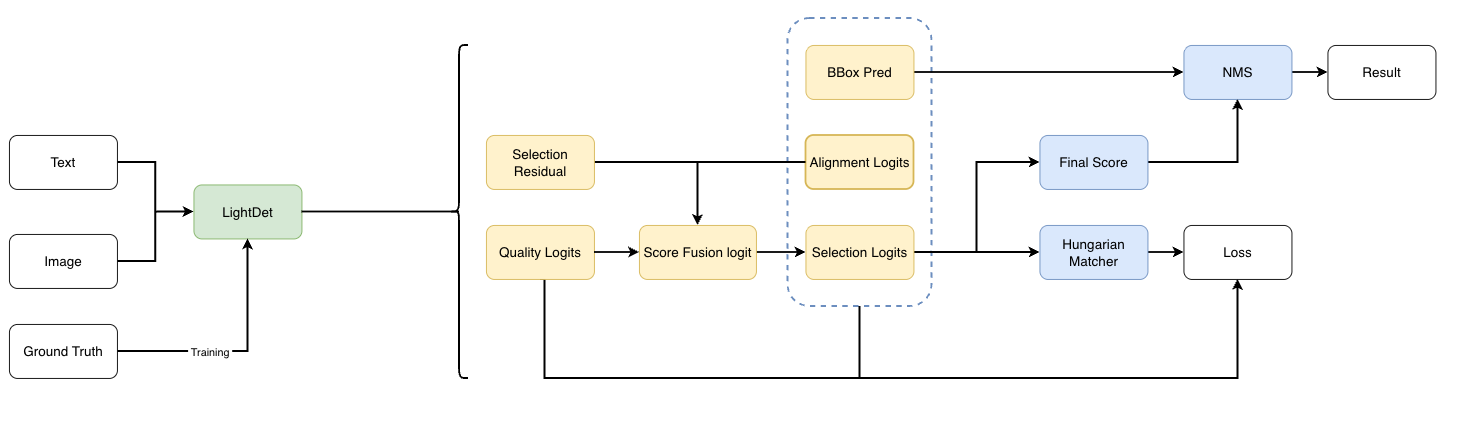
Above: dataFlow.png in ImChouOWO/LightDet (draw.io), before the change. Source tidied: cells renumbered, new cells last; positions are measured from the earlier drawing's top-left corner, leaving out a move shared by most shapes.
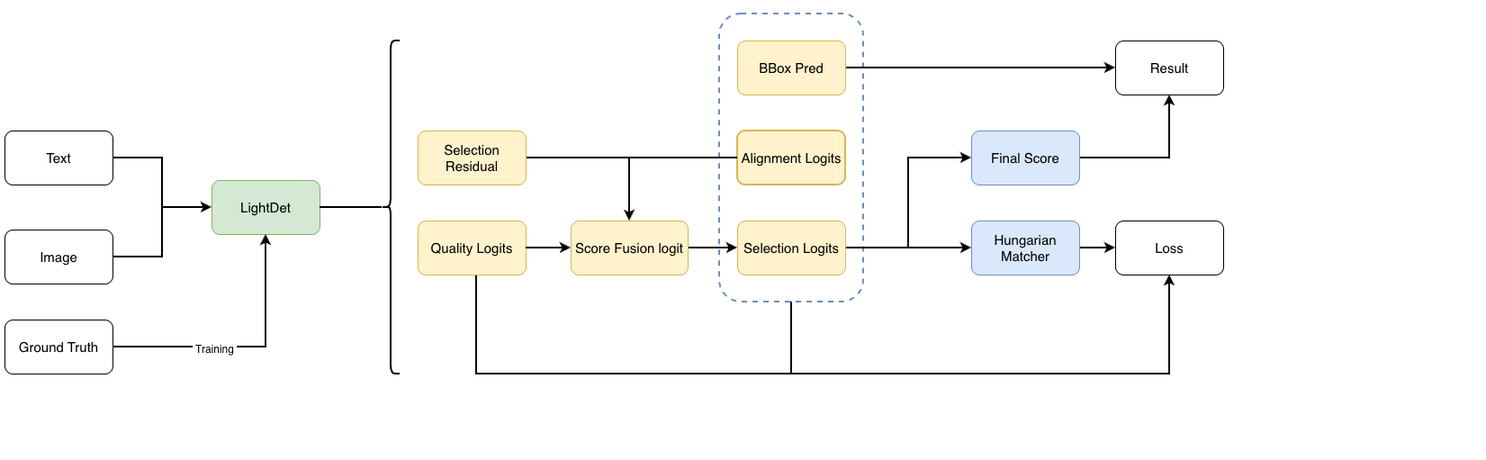
The same diagram one commit later.

The edit, as a diff of the source:
```diff
@@ -3,132 +3,130 @@
     <mxCell id="0" />
     <mxCell id="1" parent="0" />
     <mxCell id="2" style="group;" parent="1" vertex="1">
-      <mxGeometry x="490" width="1125" height="470" as="geometry" />
+      <mxGeometry x="399" y="2250" width="1125" height="470" as="geometry" />
     </mxCell>
-    <mxCell id="3" style="rounded=1;whiteSpace=wrap;html=1;fontSize=15;fillColor=none;strokeColor=none;arcSize=8;dashed=1;dashPattern=12 12;strokeWidth=7;" parent="2" vertex="1">
-      <mxGeometry x="15" width="1110" height="470" as="geometry" />
+    <mxCell id="3" style="group;" parent="2" vertex="1">
+      <mxGeometry y="10" width="995" height="450" as="geometry" />
     </mxCell>
-    <mxCell id="4" style="rounded=1;whiteSpace=wrap;html=1;fontSize=15;fillColor=none;strokeColor=#6c8ebf;dashed=1;strokeWidth=2;" parent="2" vertex="1">
-      <mxGeometry x="375" y="10" width="160" height="320" as="geometry" />
+    <mxCell id="4" style="rounded=1;whiteSpace=wrap;html=1;fontSize=15;fillColor=none;strokeColor=#6c8ebf;dashed=1;strokeWidth=2;" parent="3" vertex="1">
+      <mxGeometry x="375" width="160" height="320" as="geometry" />
     </mxCell>
-    <mxCell id="5" style="edgeStyle=orthogonalEdgeStyle;rounded=0;jettySize=auto;html=1;entryX=0;entryY=0.5;entryDx=0;entryDy=0;strokeWidth=2;" parent="2" edge="1" source="6" target="7">
-      <mxGeometry relative="1" as="geometry" />
+    <mxCell id="5" value="Result" style="rounded=1;whiteSpace=wrap;html=1;fontSize=15;" parent="3" vertex="1">
+      <mxGeometry x="815" y="30" width="120" height="60" as="geometry" />
     </mxCell>
-    <mxCell id="6" value="NMS" style="rounded=1;whiteSpace=wrap;html=1;fontSize=15;fillColor=#dae8fc;strokeColor=#6c8ebf;" parent="2" vertex="1">
-      <mxGeometry x="815" y="40" width="120" height="60" as="geometry" />
+    <mxCell id="6" style="edgeStyle=orthogonalEdgeStyle;rounded=0;jettySize=auto;html=1;entryX=0;entryY=0.5;entryDx=0;entryDy=0;strokeWidth=2;" parent="3" edge="1" source="7" target="8">
+      <mxGeometry relative="1" as="geometry" />
     </mxCell>
-    <mxCell id="7" value="Result" style="rounded=1;whiteSpace=wrap;html=1;fontSize=15;" parent="2" vertex="1">
-      <mxGeometry x="975" y="40" width="120" height="60" as="geometry" />
+    <mxCell id="7" value="Hungarian Matcher" style="rounded=1;whiteSpace=wrap;html=1;fontSize=15;fillColor=#dae8fc;strokeColor=#6c8ebf;" parent="3" vertex="1">
+      <mxGeometry x="655" y="230" width="120" height="60" as="geometry" />
     </mxCell>
-    <mxCell id="8" style="edgeStyle=orthogonalEdgeStyle;rounded=0;jettySize=auto;html=1;entryX=0;entryY=0.5;entryDx=0;entryDy=0;strokeWidth=2;" parent="2" edge="1" source="9" target="10">
-      <mxGeometry relative="1" as="geometry" />
+    <mxCell id="8" value="Loss" style="rounded=1;whiteSpace=wrap;html=1;fontSize=15;" parent="3" vertex="1">
+      <mxGeometry x="815" y="230" width="120" height="60" as="geometry" />
     </mxCell>
-    <mxCell id="9" value="Hungarian Matcher" style="rounded=1;whiteSpace=wrap;html=1;fontSize=15;fillColor=#dae8fc;strokeColor=#6c8ebf;" parent="2" vertex="1">
-      <mxGeometry x="655" y="240" width="120" height="60" as="geometry" />
+    <mxCell id="9" style="edgeStyle=orthogonalEdgeStyle;rounded=0;jettySize=auto;html=1;strokeWidth=2;" parent="3" edge="1" source="10">
+      <mxGeometry relative="1" as="geometry">
+        <mxPoint x="815" y="60" as="targetPoint" />
+      </mxGeometry>
     </mxCell>
-    <mxCell id="10" value="Loss" style="rounded=1;whiteSpace=wrap;html=1;fontSize=15;" parent="2" vertex="1">
-      <mxGeometry x="815" y="240" width="120" height="60" as="geometry" />
+    <mxCell id="10" value="BBox Pred" style="rounded=1;whiteSpace=wrap;html=1;fontSize=15;fillColor=#fff2cc;strokeColor=#d6b656;" parent="3" vertex="1">
+      <mxGeometry x="395" y="30" width="120" height="60" as="geometry" />
     </mxCell>
-    <mxCell id="11" style="edgeStyle=orthogonalEdgeStyle;rounded=0;jettySize=auto;html=1;strokeWidth=2;" parent="2" edge="1" source="12" target="6">
+    <mxCell id="11" style="edgeStyle=orthogonalEdgeStyle;rounded=0;jettySize=auto;html=1;entryX=0;entryY=0.5;entryDx=0;entryDy=0;strokeWidth=2;" parent="3" edge="1" source="20" target="16">
       <mxGeometry relative="1" as="geometry" />
     </mxCell>
-    <mxCell id="12" value="BBox Pred" style="rounded=1;whiteSpace=wrap;html=1;fontSize=15;fillColor=#fff2cc;strokeColor=#d6b656;" parent="2" vertex="1">
-      <mxGeometry x="395" y="40" width="120" height="60" as="geometry" />
+    <mxCell id="12" style="edgeStyle=orthogonalEdgeStyle;rounded=0;jettySize=auto;html=1;entryX=0.5;entryY=1;entryDx=0;entryDy=0;strokeWidth=2;exitX=0.5;exitY=1;exitDx=0;exitDy=0;" parent="3" edge="1" source="13" target="8">
+      <mxGeometry relative="1" as="geometry">
+        <Array as="points">
+          <mxPoint x="105" y="400" />
+          <mxPoint x="875" y="400" />
+        </Array>
+      </mxGeometry>
     </mxCell>
-    <mxCell id="13" style="edgeStyle=orthogonalEdgeStyle;rounded=0;jettySize=auto;html=1;entryX=0;entryY=0.5;entryDx=0;entryDy=0;strokeWidth=2;" parent="2" edge="1" source="22" target="18">
-      <mxGeometry relative="1" as="geometry" />
+    <mxCell id="13" value="Quality Logits" style="rounded=1;whiteSpace=wrap;html=1;fontSize=15;fillColor=#fff2cc;strokeColor=#d6b656;" parent="3" vertex="1">
+      <mxGeometry x="40" y="230" width="120" height="60" as="geometry" />
     </mxCell>
-    <mxCell id="14" style="edgeStyle=orthogonalEdgeStyle;rounded=0;jettySize=auto;html=1;entryX=0.5;entryY=1;entryDx=0;entryDy=0;strokeWidth=2;exitX=0.5;exitY=1;exitDx=0;exitDy=0;" parent="2" edge="1" source="15" target="10">
-      <mxGeometry relative="1" as="geometry">
-        <Array as="points">
-          <mxPoint x="105" y="410" />
-          <mxPoint x="875" y="410" />
-        </Array>
-      </mxGeometry>
+    <mxCell id="14" value="Alignment Logits" style="rounded=1;whiteSpace=wrap;html=1;fontSize=15;fillColor=#fff2cc;strokeColor=#d6b656;strokeWidth=2;" parent="3" vertex="1">
+      <mxGeometry x="395" y="130" width="120" height="60" as="geometry" />
     </mxCell>
-    <mxCell id="15" value="Quality Logits" style="rounded=1;whiteSpace=wrap;html=1;fontSize=15;fillColor=#fff2cc;strokeColor=#d6b656;" parent="2" vertex="1">
-      <mxGeometry x="40" y="240" width="120" height="60" as="geometry" />
+    <mxCell id="15" style="edgeStyle=orthogonalEdgeStyle;rounded=0;jettySize=auto;html=1;entryX=0;entryY=0.5;entryDx=0;entryDy=0;endSize=6;strokeWidth=2;" parent="3" edge="1" source="16" target="25">
+      <mxGeometry relative="1" as="geometry" />
     </mxCell>
-    <mxCell id="16" value="Alignment Logits" style="rounded=1;whiteSpace=wrap;html=1;fontSize=15;fillColor=#fff2cc;strokeColor=#d6b656;strokeWidth=2;" parent="2" vertex="1">
-      <mxGeometry x="395" y="140" width="120" height="60" as="geometry" />
+    <mxCell id="16" value="Selection Logits" style="rounded=1;whiteSpace=wrap;html=1;fontSize=15;fillColor=#fff2cc;strokeColor=#d6b656;" parent="3" vertex="1">
+      <mxGeometry x="395" y="230" width="120" height="60" as="geometry" />
     </mxCell>
-    <mxCell id="17" style="edgeStyle=orthogonalEdgeStyle;rounded=0;jettySize=auto;html=1;entryX=0;entryY=0.5;entryDx=0;entryDy=0;endSize=6;strokeWidth=2;" parent="2" edge="1" source="18" target="27">
-      <mxGeometry relative="1" as="geometry" />
+    <mxCell id="17" style="edgeStyle=orthogonalEdgeStyle;rounded=0;jettySize=auto;html=1;entryX=0;entryY=0.5;entryDx=0;entryDy=0;strokeWidth=2;" parent="3" edge="1" source="4" target="7">
+      <mxGeometry relative="1" as="geometry">
+        <Array as="points">
+          <mxPoint x="575" y="260" />
+          <mxPoint x="575" y="260" />
+        </Array>
+      </mxGeometry>
     </mxCell>
-    <mxCell id="18" value="Selection Logits" style="rounded=1;whiteSpace=wrap;html=1;fontSize=15;fillColor=#fff2cc;strokeColor=#d6b656;" parent="2" vertex="1">
-      <mxGeometry x="395" y="240" width="120" height="60" as="geometry" />
+    <mxCell id="18" style="edgeStyle=orthogonalEdgeStyle;rounded=0;jettySize=auto;html=1;entryX=0.5;entryY=1;entryDx=0;entryDy=0;strokeWidth=2;" parent="3" edge="1" source="4" target="8">
+      <mxGeometry relative="1" as="geometry">
+        <Array as="points">
+          <mxPoint x="455" y="400" />
+          <mxPoint x="875" y="400" />
+        </Array>
+      </mxGeometry>
     </mxCell>
-    <mxCell id="19" style="edgeStyle=orthogonalEdgeStyle;rounded=0;jettySize=auto;html=1;entryX=0;entryY=0.5;entryDx=0;entryDy=0;strokeWidth=2;" parent="2" edge="1" source="4" target="9">
-      <mxGeometry relative="1" as="geometry">
-        <Array as="points">
-          <mxPoint x="575" y="270" />
-          <mxPoint x="575" y="270" />
-        </Array>
-      </mxGeometry>
+    <mxCell id="19" style="edgeStyle=orthogonalEdgeStyle;rounded=0;jettySize=auto;html=1;strokeWidth=2;" parent="3" edge="1" source="13" target="20">
+      <mxGeometry relative="1" as="geometry" />
     </mxCell>
-    <mxCell id="20" style="edgeStyle=orthogonalEdgeStyle;rounded=0;jettySize=auto;html=1;entryX=0.5;entryY=1;entryDx=0;entryDy=0;strokeWidth=2;" parent="2" edge="1" source="4" target="10">
-      <mxGeometry relative="1" as="geometry">
-        <Array as="points">
-          <mxPoint x="455" y="410" />
-          <mxPoint x="875" y="410" />
-        </Array>
-      </mxGeometry>
+    <mxCell id="20" value="Score Fusion logit" style="rounded=1;whiteSpace=wrap;html=1;fontSize=15;fillColor=#fff2cc;strokeColor=#d6b656;" parent="3" vertex="1">
+      <mxGeometry x="210" y="230" width="130" height="60" as="geometry" />
     </mxCell>
-    <mxCell id="21" style="edgeStyle=orthogonalEdgeStyle;rounded=0;jettySize=auto;html=1;strokeWidth=2;" parent="2" edge="1" source="15" target="22">
-      <mxGeometry relative="1" as="geometry" />
+    <mxCell id="21" style="edgeStyle=orthogonalEdgeStyle;rounded=0;jettySize=auto;html=1;entryX=0.5;entryY=0;entryDx=0;entryDy=0;strokeWidth=2;" parent="3" edge="1" source="14" target="20">
+      <mxGeometry x="0.05" relative="1" as="geometry" />
     </mxCell>
-    <mxCell id="22" value="Score Fusion logit" style="rounded=1;whiteSpace=wrap;html=1;fontSize=15;fillColor=#fff2cc;strokeColor=#d6b656;" parent="2" vertex="1">
-      <mxGeometry x="210" y="240" width="130" height="60" as="geometry" />
+    <mxCell id="22" style="edgeStyle=orthogonalEdgeStyle;rounded=0;jettySize=auto;html=1;entryX=0.5;entryY=0;entryDx=0;entryDy=0;strokeWidth=2;" parent="3" edge="1" source="23" target="20">
+      <mxGeometry relative="1" as="geometry" />
     </mxCell>
-    <mxCell id="23" style="edgeStyle=orthogonalEdgeStyle;rounded=0;jettySize=auto;html=1;entryX=0.5;entryY=0;entryDx=0;entryDy=0;strokeWidth=2;" parent="2" edge="1" source="16" target="22">
-      <mxGeometry x="0.05" relative="1" as="geometry" />
+    <mxCell id="23" value="&lt;div&gt;Selection Residual&lt;/div&gt;" style="rounded=1;whiteSpace=wrap;html=1;fontSize=15;fillColor=#fff2cc;strokeColor=#d6b656;" parent="3" vertex="1">
+      <mxGeometry x="40" y="130" width="120" height="60" as="geometry" />
     </mxCell>
-    <mxCell id="24" style="edgeStyle=orthogonalEdgeStyle;rounded=0;jettySize=auto;html=1;entryX=0.5;entryY=0;entryDx=0;entryDy=0;strokeWidth=2;" parent="2" edge="1" source="25" target="22">
-      <mxGeometry relative="1" as="geometry" />
+    <mxCell id="24" style="edgeStyle=orthogonalEdgeStyle;rounded=0;jettySize=auto;html=1;entryX=0.5;entryY=1;entryDx=0;entryDy=0;strokeWidth=2;" parent="3" edge="1" source="25">
+      <mxGeometry relative="1" as="geometry">
+        <mxPoint x="875" y="90" as="targetPoint" />
+      </mxGeometry>
     </mxCell>
-    <mxCell id="25" value="&lt;div&gt;Selection Residual&lt;/div&gt;" style="rounded=1;whiteSpace=wrap;html=1;fontSize=15;fillColor=#fff2cc;strokeColor=#d6b656;" parent="2" vertex="1">
-      <mxGeometry x="40" y="140" width="120" height="60" as="geometry" />
+    <mxCell id="25" value="&lt;div&gt;Final Score&lt;/div&gt;" style="rounded=1;whiteSpace=wrap;html=1;fontSize=15;fillColor=#dae8fc;strokeColor=#6c8ebf;" parent="3" vertex="1">
+      <mxGeometry x="655" y="130" width="120" height="60" as="geometry" />
     </mxCell>
-    <mxCell id="26" style="edgeStyle=orthogonalEdgeStyle;rounded=0;jettySize=auto;html=1;entryX=0.5;entryY=1;entryDx=0;entryDy=0;strokeWidth=2;" parent="2" edge="1" source="27" target="6">
-      <mxGeometry relative="1" as="geometry" />
+    <mxCell id="26" style="shape=curlyBracket;whiteSpace=wrap;html=1;rounded=1;labelPosition=left;verticalLabelPosition=middle;align=right;verticalAlign=middle;strokeWidth=2;" parent="3" vertex="1">
+      <mxGeometry y="30" width="20" height="370" as="geometry" />
     </mxCell>
-    <mxCell id="27" value="&lt;div&gt;Final Score&lt;/div&gt;" style="rounded=1;whiteSpace=wrap;html=1;fontSize=15;fillColor=#dae8fc;strokeColor=#6c8ebf;" parent="2" vertex="1">
-      <mxGeometry x="655" y="140" width="120" height="60" as="geometry" />
+    <mxCell id="27" style="rounded=1;whiteSpace=wrap;html=1;fontSize=15;fillColor=none;strokeColor=none;arcSize=8;dashed=1;dashPattern=12 12;strokeWidth=7;" parent="3" vertex="1">
+      <mxGeometry x="111" y="20" width="1110" height="470" as="geometry" />
     </mxCell>
-    <mxCell id="28" style="shape=curlyBracket;whiteSpace=wrap;html=1;rounded=1;labelPosition=left;verticalLabelPosition=middle;align=right;verticalAlign=middle;strokeWidth=2;" parent="2" vertex="1">
-      <mxGeometry y="40" width="20" height="370" as="geometry" />
+    <mxCell id="28" style="edgeStyle=orthogonalEdgeStyle;rounded=0;jettySize=auto;html=1;entryX=0;entryY=0.5;entryDx=0;entryDy=0;strokeWidth=2;" parent="1" edge="1" source="29" target="32">
+      <mxGeometry relative="1" as="geometry" />
     </mxCell>
-    <mxCell id="29" style="group;" parent="1" vertex="1">
-      <mxGeometry y="140" width="500" height="270" as="geometry" />
+    <mxCell id="29" value="Text" style="rounded=1;whiteSpace=wrap;html=1;fontSize=15;" parent="1" vertex="1">
+      <mxGeometry x="-20" y="2390" width="120" height="60" as="geometry" />
     </mxCell>
-    <mxCell id="30" style="edgeStyle=orthogonalEdgeStyle;rounded=0;jettySize=auto;html=1;entryX=0;entryY=0.5;entryDx=0;entryDy=0;strokeWidth=2;" parent="29" edge="1" source="31" target="34">
+    <mxCell id="30" style="edgeStyle=orthogonalEdgeStyle;rounded=0;jettySize=auto;html=1;entryX=0;entryY=0.5;entryDx=0;entryDy=0;strokeWidth=2;" parent="1" edge="1" source="31" target="32">
       <mxGeometry relative="1" as="geometry" />
     </mxCell>
-    <mxCell id="31" value="Text" style="rounded=1;whiteSpace=wrap;html=1;fontSize=15;" parent="29" vertex="1">
-      <mxGeometry width="120" height="60" as="geometry" />
+    <mxCell id="31" value="Image" style="rounded=1;whiteSpace=wrap;html=1;fontSize=15;" parent="1" vertex="1">
+      <mxGeometry x="-20" y="2500" width="120" height="60" as="geometry" />
     </mxCell>
-    <mxCell id="32" style="edgeStyle=orthogonalEdgeStyle;rounded=0;jettySize=auto;html=1;entryX=0;entryY=0.5;entryDx=0;entryDy=0;strokeWidth=2;" parent="29" edge="1" source="33" target="34">
-      <mxGeometry relative="1" as="geometry" />
+    <mxCell id="32" value="LightDet" style="rounded=1;whiteSpace=wrap;html=1;fontSize=15;fillColor=#d5e8d4;strokeColor=#82b366;" parent="1" vertex="1">
+      <mxGeometry x="210" y="2445" width="120" height="60" as="geometry" />
     </mxCell>
-    <mxCell id="33" value="Image" style="rounded=1;whiteSpace=wrap;html=1;fontSize=15;" parent="29" vertex="1">
-      <mxGeometry y="110" width="120" height="60" as="geometry" />
+    <mxCell id="33" style="edgeStyle=orthogonalEdgeStyle;rounded=0;jettySize=auto;html=1;entryX=0.5;entryY=1;entryDx=0;entryDy=0;strokeWidth=2;exitX=1;exitY=0.5;exitDx=0;exitDy=0;" parent="1" edge="1" source="35" target="32">
+      <mxGeometry x="-0.57" relative="1" as="geometry" />
     </mxCell>
-    <mxCell id="34" value="LightDet" style="rounded=1;whiteSpace=wrap;html=1;fontSize=15;fillColor=#d5e8d4;strokeColor=#82b366;" parent="29" vertex="1">
-      <mxGeometry x="205" y="55" width="120" height="60" as="geometry" />
+    <mxCell id="34" value="&lt;font style=&quot;font-size: 12px;&quot;&gt;&amp;nbsp;Training&amp;nbsp;&lt;/font&gt;" style="edgeLabel;html=1;align=center;verticalAlign=middle;points=[];" parent="33" vertex="1">
+      <mxGeometry x="-0.24" y="-2" relative="1" as="geometry" />
     </mxCell>
-    <mxCell id="35" style="edgeStyle=orthogonalEdgeStyle;rounded=0;jettySize=auto;html=1;entryX=0.5;entryY=1;entryDx=0;entryDy=0;strokeWidth=2;exitX=1;exitY=0.5;exitDx=0;exitDy=0;" parent="29" edge="1" source="37" target="34">
-      <mxGeometry x="-0.57" relative="1" as="geometry" />
+    <mxCell id="35" value="Ground Truth" style="rounded=1;whiteSpace=wrap;html=1;fontSize=15;" parent="1" vertex="1">
+      <mxGeometry x="-20" y="2600" width="120" height="60" as="geometry" />
     </mxCell>
-    <mxCell id="36" value="&lt;font style=&quot;font-size: 12px;&quot;&gt;&amp;nbsp;Training&amp;nbsp;&lt;/font&gt;" style="edgeLabel;html=1;align=center;verticalAlign=middle;" parent="35" vertex="1">
-      <mxGeometry x="-0.24" y="-2" relative="1" as="geometry" />
+    <mxCell id="36" style="edgeStyle=orthogonalEdgeStyle;rounded=0;jettySize=auto;html=1;strokeWidth=2;startArrow=none;startFill=0;endArrow=none;endFill=0;" parent="1" edge="1" source="32">
+      <mxGeometry relative="1" as="geometry">
+        <mxPoint x="399" y="2475" as="targetPoint" />
+      </mxGeometry>
     </mxCell>
-    <mxCell id="37" value="Ground Truth" style="rounded=1;whiteSpace=wrap;html=1;fontSize=15;" parent="29" vertex="1">
-      <mxGeometry y="210" width="120" height="60" as="geometry" />
-    </mxCell>
-    <mxCell id="38" style="edgeStyle=orthogonalEdgeStyle;rounded=0;jettySize=auto;html=1;strokeWidth=2;startArrow=none;startFill=0;endArrow=none;endFill=0;" parent="29" edge="1" source="34">
-      <mxGeometry relative="1" as="geometry">
-        <mxPoint x="500" y="85" as="targetPoint" />
-      </mxGeometry>
-    </mxCell>
   </root>
 </mxGraphModel>
```
